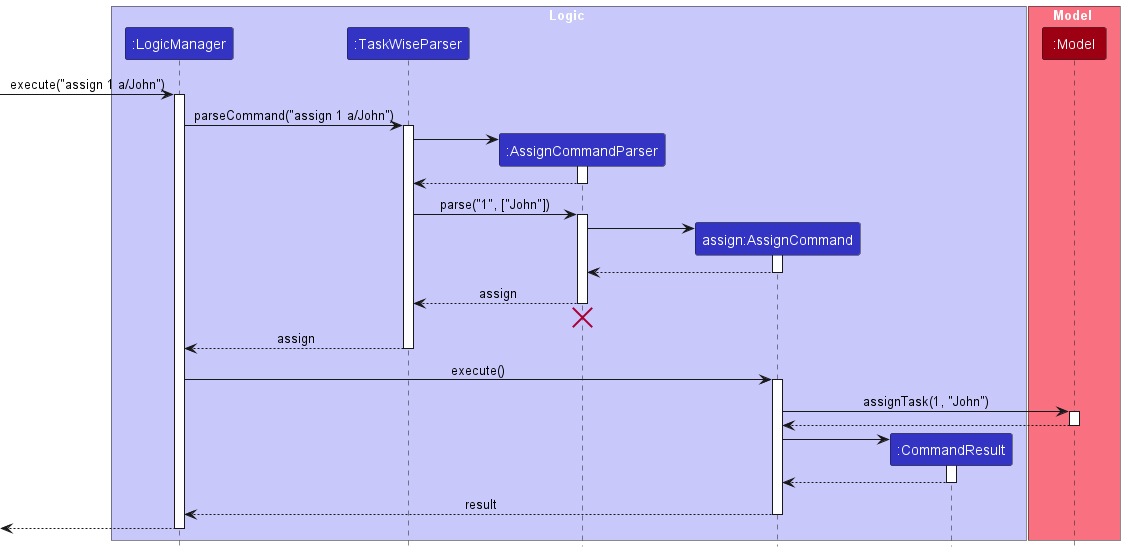
Before: docs/images/AssignSequenceDiagram.png, a diagram exported from PlantUML (seantehds/tp).
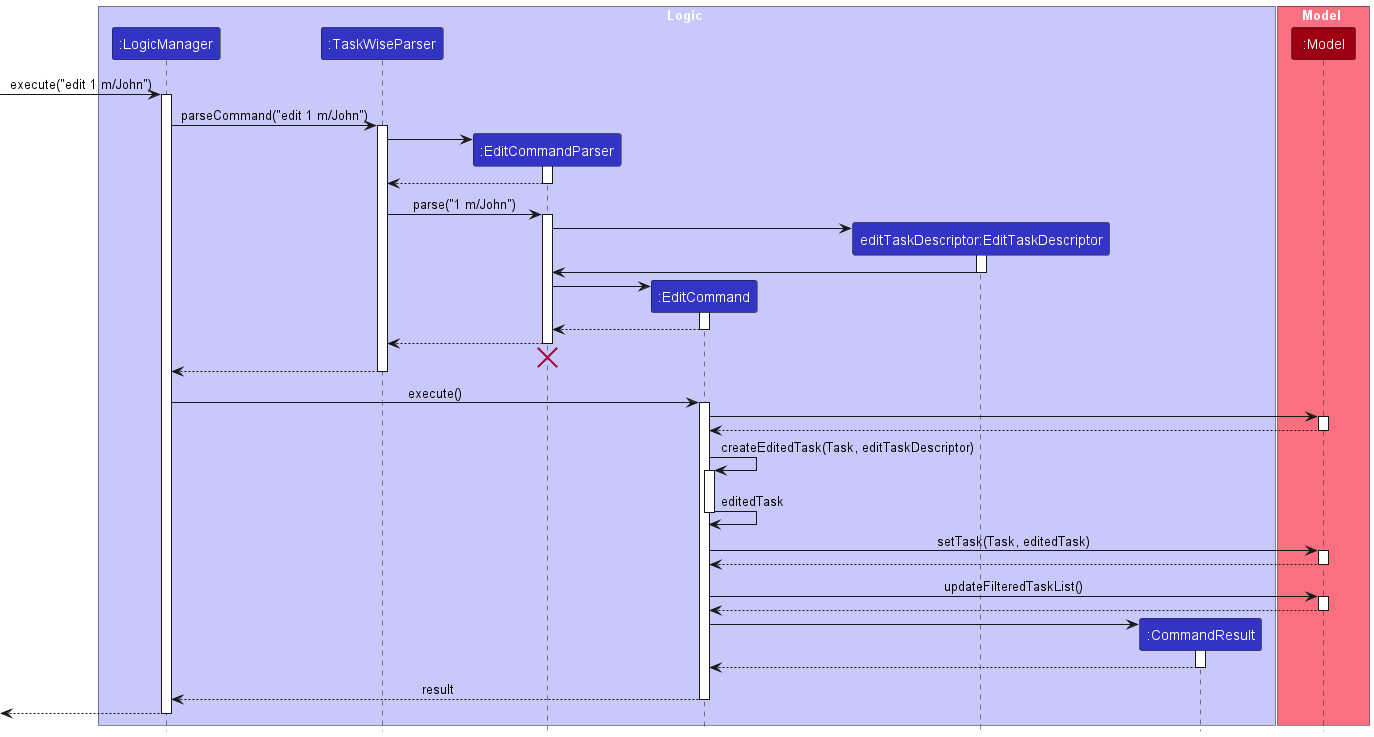
After the change.

Change to the diagram source:
```diff
@@ -5,8 +5,9 @@
 box Logic LOGIC_COLOR_T1
 participant ":LogicManager" as LogicManager LOGIC_COLOR
 participant ":TaskWiseParser" as TaskWiseParser LOGIC_COLOR
-participant ":AssignCommandParser" as AssignCommandParser LOGIC_COLOR
-participant "assign:AssignCommand" as AssignCommand LOGIC_COLOR
+participant ":EditCommandParser" as EditCommandParser LOGIC_COLOR
+participant ":EditCommand" as EditCommand LOGIC_COLOR
+participant "editTaskDescriptor:EditTaskDescriptor" as EditTaskDescriptor LOGIC_COLOR
 participant ":CommandResult" as CommandResult LOGIC_COLOR
 end box
 
@@ -14,55 +15,80 @@
 participant ":Model" as Model MODEL_COLOR
 end box
 
-[-> LogicManager : execute("assign 1 a/John")
+[-> LogicManager : execute("edit 1 m/John")
 activate LogicManager
 
-LogicManager -> TaskWiseParser : parseCommand("assign 1 a/John")
+LogicManager -> TaskWiseParser : parseCommand("edit 1 m/John")
 activate TaskWiseParser
 
-create AssignCommandParser
-TaskWiseParser -> AssignCommandParser
-activate AssignCommandParser
+create EditCommandParser
+TaskWiseParser -> EditCommandParser
+activate EditCommandParser
 
-AssignCommandParser --> TaskWiseParser
-deactivate AssignCommandParser
+EditCommandParser --> TaskWiseParser
+deactivate EditCommandParser
 
-TaskWiseParser -> AssignCommandParser : parse("1", ["John"])
-activate AssignCommandParser
+TaskWiseParser -> EditCommandParser : parse("1 m/John")
+activate EditCommandParser
 
-create AssignCommand
-AssignCommandParser -> AssignCommand
-activate AssignCommand
+create EditTaskDescriptor
+EditCommandParser -> EditTaskDescriptor
+activate EditTaskDescriptor
 
-AssignCommand --> AssignCommandParser
-deactivate AssignCommand
+EditTaskDescriptor -> EditCommandParser
+deactivate EditTaskDescriptor
 
-AssignCommandParser --> TaskWiseParser : assign
-deactivate AssignCommandParser
-AssignCommandParser -[hidden]-> TaskWiseParser
-destroy AssignCommandParser
+create EditCommand
+EditCommandParser -> EditCommand
+activate EditCommand
 
-TaskWiseParser --> LogicManager : assign
+EditCommand --> EditCommandParser
+deactivate EditCommand
+
+EditCommandParser --> TaskWiseParser
+deactivate EditCommandParser
+EditCommandParser -[hidden]-> TaskWiseParser
+destroy EditCommandParser
+
+TaskWiseParser --> LogicManager
 deactivate TaskWiseParser
 
-LogicManager -> AssignCommand : execute()
-activate AssignCommand
+LogicManager -> EditCommand : execute()
+activate EditCommand
 
-AssignCommand -> Model : assignTask(1, "John")
+EditCommand -> Model :
 activate Model
 
-Model --> AssignCommand
+Model --> EditCommand
+deactivate Model
+
+EditCommand -> EditCommand :createEditedTask(Task, editTaskDescriptor)
+activate EditCommand
+
+EditCommand -> EditCommand  : editedTask
+deactivate EditCommand
+
+EditCommand -> Model : setTask(Task, editedTask)
+activate Model
+
+Model --> EditCommand
+deactivate Model
+
+EditCommand -> Model : updateFilteredTaskList()
+activate Model
+
+Model --> EditCommand
 deactivate Model
 
 create CommandResult
-AssignCommand -> CommandResult
+EditCommand -> CommandResult
 activate CommandResult
 
-CommandResult --> AssignCommand
+CommandResult --> EditCommand
 deactivate CommandResult
 
-AssignCommand --> LogicManager : result
-deactivate AssignCommand
+EditCommand --> LogicManager : result
+deactivate EditCommand
 
 [<--LogicManager
 deactivate LogicManager
```
